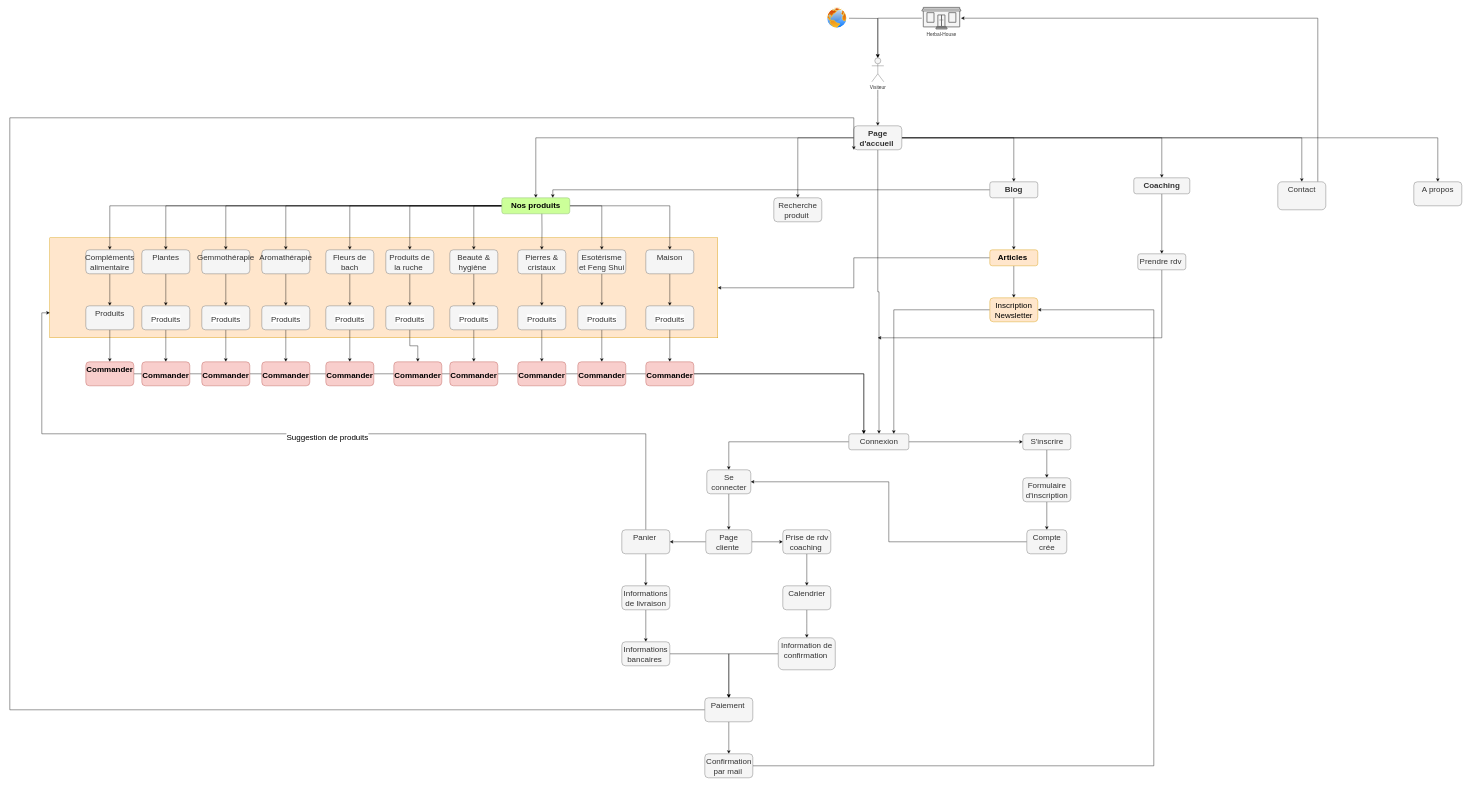
The draw.io diagram pages/Untitled Diagram.drawio in Kayvgd/Mon-portfolio, before the edit. Source tidied: cells renumbered, new cells numbered last; positions are measured from the earlier drawing's top-left corner, leaving out a move shared by most shapes. Both pictures are drawn from the tidied source at 40%, with x=0, y=0 at pixel (10, 7).
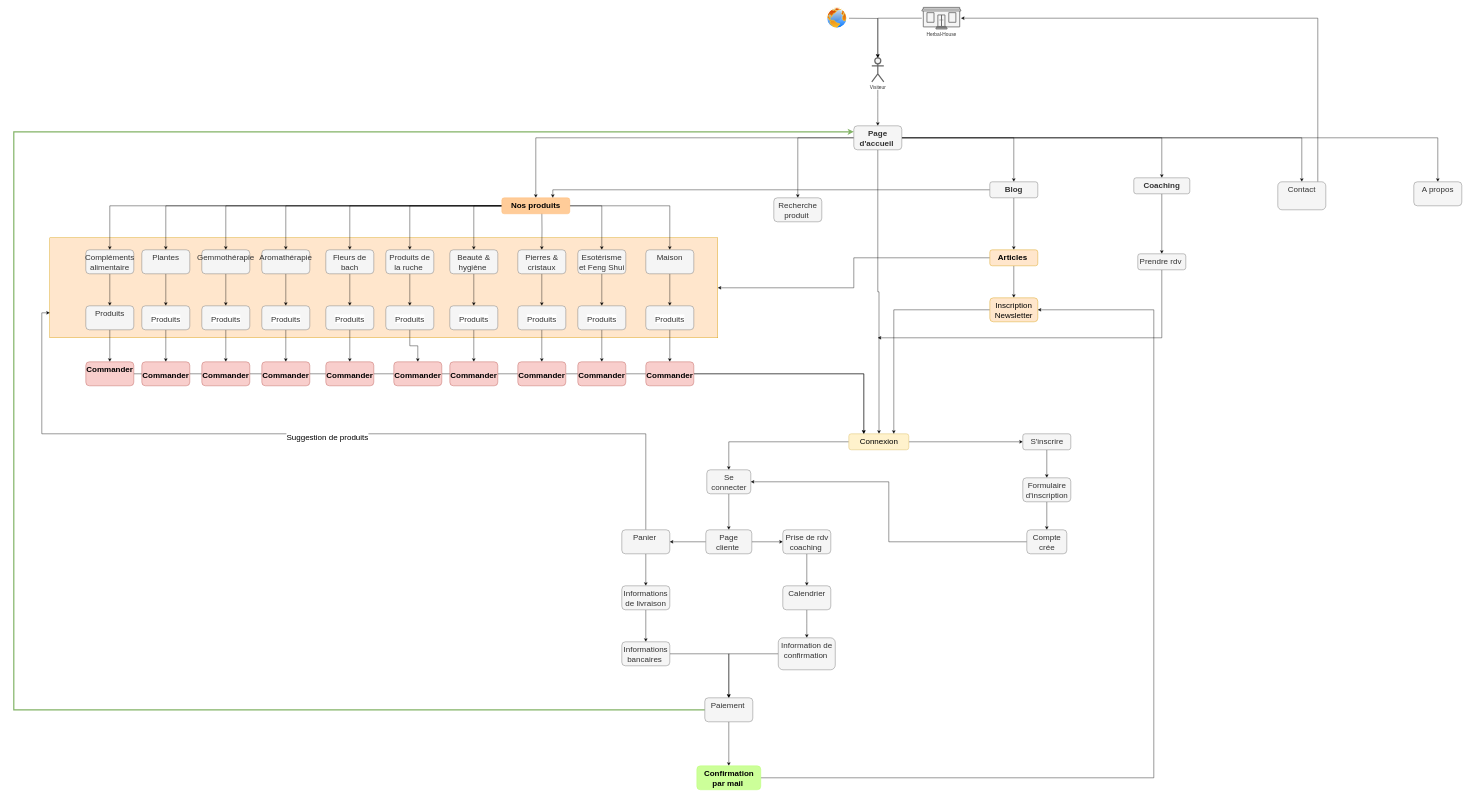
Above is the later version.

Commit message (it also covers changes not shown here):
Herbal House

The change refers to these unchanged cells:
```xml
<mxCell id="12" value="&lt;b&gt;&lt;font style=&quot;font-size: 20px;&quot;&gt;Page d'accueil&amp;nbsp;&lt;/font&gt;&lt;/b&gt;" style="rounded=1;whiteSpace=wrap;html=1;verticalAlign=top;fillColor=#f5f5f5;strokeColor=#666666;fontColor=#333333;" parent="1" vertex="1">
  <mxGeometry x="2110" y="296" width="120" height="60" as="geometry" />
</mxCell>
<mxCell id="70" value="&lt;font style=&quot;font-size: 20px;&quot;&gt;Inscription Newsletter&lt;/font&gt;" style="whiteSpace=wrap;html=1;verticalAlign=top;fillColor=#ffe6cc;strokeColor=#d79b00;rounded=1;" parent="1" vertex="1">
  <mxGeometry x="2450" y="726" width="120" height="60" as="geometry" />
</mxCell>
<mxCell id="86" value="&lt;font style=&quot;font-size: 20px;&quot;&gt;Paiement&amp;nbsp;&lt;/font&gt;" style="whiteSpace=wrap;html=1;verticalAlign=top;fillColor=#f5f5f5;strokeColor=#666666;fontColor=#333333;rounded=1;" parent="1" vertex="1">
  <mxGeometry x="1737.5" y="1726" width="120" height="60" as="geometry" />
</mxCell>
```

Change to the diagram source:
```diff
@@
-    <mxCell id="4" value="Visiteur&lt;br&gt;" style="shape=umlActor;verticalLabelPosition=bottom;verticalAlign=top;html=1;outlineConnect=0;fillColor=#f5f5f5;fontColor=#333333;strokeColor=#666666;" parent="1" vertex="1">
+    <mxCell id="4" value="Visiteur&lt;br&gt;" style="shape=umlActor;verticalLabelPosition=bottom;verticalAlign=top;html=1;outlineConnect=0;fillColor=#f5f5f5;fontColor=#333333;strokeColor=#666666;strokeWidth=3;" parent="1" vertex="1">
       <mxGeometry x="2155" y="126" width="30" height="60" as="geometry" />
     </mxCell>
@@
-    <mxCell id="18" value="&lt;font style=&quot;font-size: 20px;&quot;&gt;Connexion&lt;/font&gt;" style="whiteSpace=wrap;html=1;verticalAlign=top;fillColor=#f5f5f5;strokeColor=#666666;rounded=1;fontColor=#333333;" parent="1" vertex="1">
+    <mxCell id="18" value="&lt;font style=&quot;font-size: 20px;&quot;&gt;Connexion&lt;/font&gt;" style="whiteSpace=wrap;html=1;verticalAlign=top;fillColor=#fff2cc;strokeColor=#d6b656;rounded=1;" parent="1" vertex="1">
       <mxGeometry x="2097.5" y="1066" width="150" height="40" as="geometry" />
     </mxCell>
@@
-    <mxCell id="30" value="&lt;font style=&quot;font-size: 20px;&quot;&gt;&lt;b&gt;Nos produits&lt;/b&gt;&lt;/font&gt;" style="whiteSpace=wrap;html=1;verticalAlign=top;fillColor=#CCFF99;strokeColor=#82b366;rounded=1;" parent="1" vertex="1">
+    <mxCell id="30" value="&lt;font style=&quot;font-size: 20px;&quot;&gt;&lt;b&gt;Nos produits&lt;/b&gt;&lt;/font&gt;" style="whiteSpace=wrap;html=1;verticalAlign=top;fillColor=#FFCC99;strokeColor=#FFB366;rounded=1;" parent="1" vertex="1">
       <mxGeometry x="1230" y="476" width="170" height="40" as="geometry" />
     </mxCell>
@@
-    <mxCell id="85" style="edgeStyle=orthogonalEdgeStyle;rounded=0;jettySize=auto;html=1;entryX=0;entryY=1;entryDx=0;entryDy=0;fontSize=20;" parent="1" edge="1" source="86" target="12">
+    <mxCell id="85" style="edgeStyle=orthogonalEdgeStyle;rounded=0;jettySize=auto;html=1;entryX=0;entryY=0.25;entryDx=0;entryDy=0;fontSize=20;fillColor=#d5e8d4;strokeColor=#82b366;strokeWidth=3;" parent="1" edge="1" source="86" target="12">
       <mxGeometry relative="1" as="geometry">
         <Array as="points">
-          <mxPoint y="1756" />
-          <mxPoint y="276" />
-          <mxPoint x="2110" y="276" />
+          <mxPoint x="10" y="1756" />
+          <mxPoint x="10" y="311" />
         </Array>
       </mxGeometry>
     </mxCell>
@@
     <mxCell id="87" style="edgeStyle=orthogonalEdgeStyle;rounded=0;jettySize=auto;html=1;entryX=1;entryY=0.5;entryDx=0;entryDy=0;fontSize=20;" parent="1" edge="1" source="88" target="70">
       <mxGeometry relative="1" as="geometry">
         <Array as="points">
-          <mxPoint x="2860" y="1896" />
+          <mxPoint x="2860" y="1926" />
           <mxPoint x="2860" y="756" />
         </Array>
       </mxGeometry>
     </mxCell>
-    <mxCell id="88" value="&lt;font style=&quot;font-size: 20px;&quot;&gt;Confirmation par mail&amp;nbsp;&lt;/font&gt;" style="whiteSpace=wrap;html=1;verticalAlign=top;fillColor=#f5f5f5;strokeColor=#666666;fontColor=#333333;rounded=1;" parent="1" vertex="1">
-      <mxGeometry x="1737.5" y="1866" width="120" height="60" as="geometry" />
+    <mxCell id="88" value="&lt;font style=&quot;font-size: 20px;&quot;&gt;&lt;b&gt;Confirmation par mail&amp;nbsp;&lt;/b&gt;&lt;/font&gt;" style="whiteSpace=wrap;html=1;verticalAlign=top;fillColor=#CCFF99;strokeColor=#B3FF66;rounded=1;" parent="1" vertex="1">
+      <mxGeometry x="1717.5" y="1896" width="160" height="60" as="geometry" />
     </mxCell>
```
